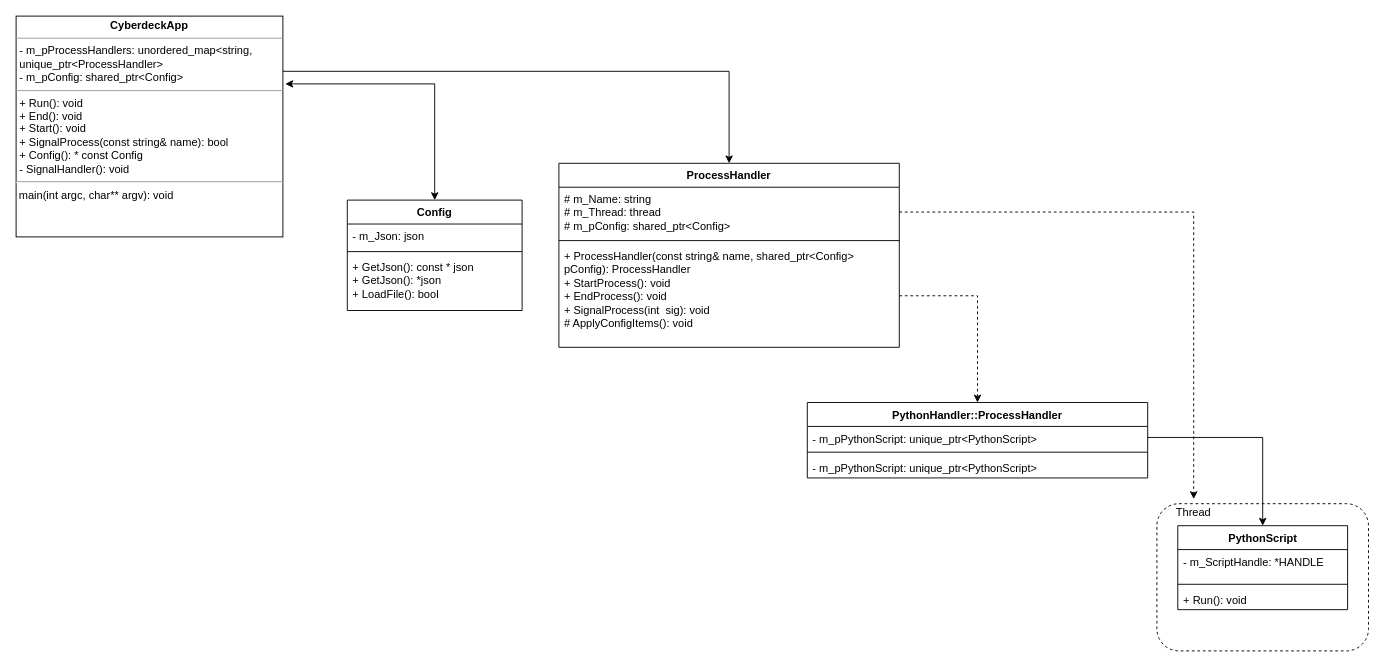
Above: page "UML_Draft_2" (3 of 3) of Cyberdeck.drawio in WouterServaes/CyberdeckProject (draw.io), before the change. Source tidied: cells renumbered, new cells numbered last; positions are measured from the earlier drawing's top-left corner, leaving out a move shared by most shapes. Both pictures are drawn from the tidied source at 92%, with x=0, y=0 at pixel (16, 16).
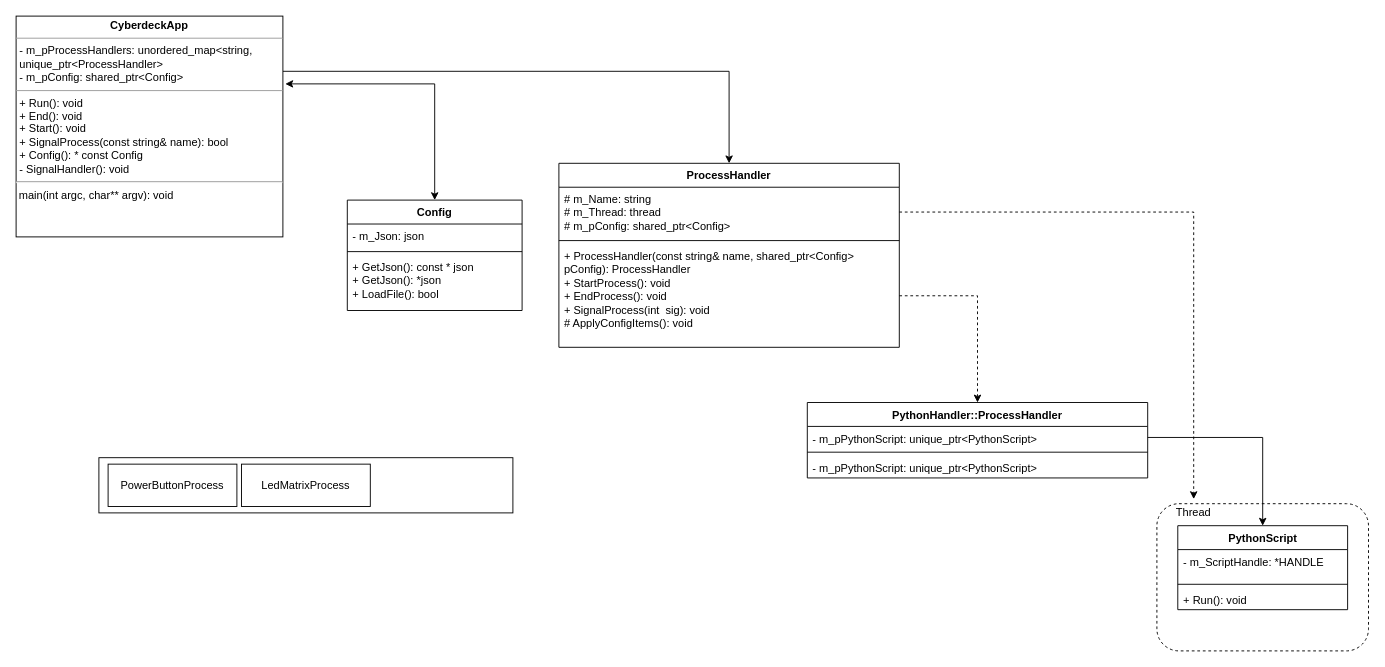
The same diagram, later.

The edit, as a diff of the source:
```diff
@@
+    <mxCell id="26" style="rounded=0;whiteSpace=wrap;html=1;fillColor=none;" parent="1" vertex="1">
+      <mxGeometry x="90" y="480" width="450" height="60" as="geometry" />
+    </mxCell>
+    <mxCell id="27" value="&lt;div&gt;PowerButtonProcess&lt;/div&gt;" style="html=1;whiteSpace=wrap;" parent="26" vertex="1">
+      <mxGeometry x="10" y="7" width="140" height="46" as="geometry" />
+    </mxCell>
+    <mxCell id="28" value="LedMatrixProcess" style="html=1;whiteSpace=wrap;" parent="26" vertex="1">
+      <mxGeometry x="155" y="7" width="140" height="46" as="geometry" />
+    </mxCell>
```
